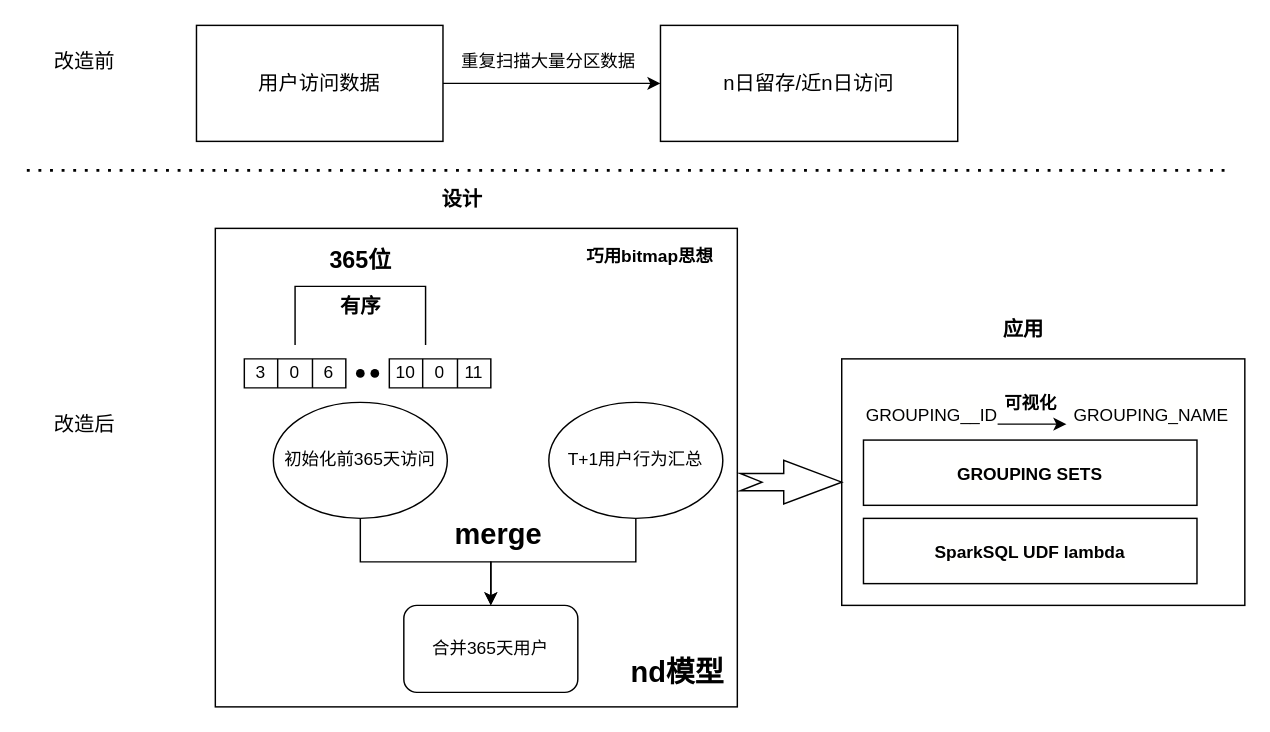
Above: nd模型原理图.drawio in mineminemine123/work-wiki (draw.io), before the change. Source tidied: cells renumbered, new cells numbered last; positions are measured from the earlier drawing's top-left corner, leaving out a move shared by most shapes. Both pictures are drawn from the tidied source at 145%, with x=0, y=0 at pixel (26, 25).
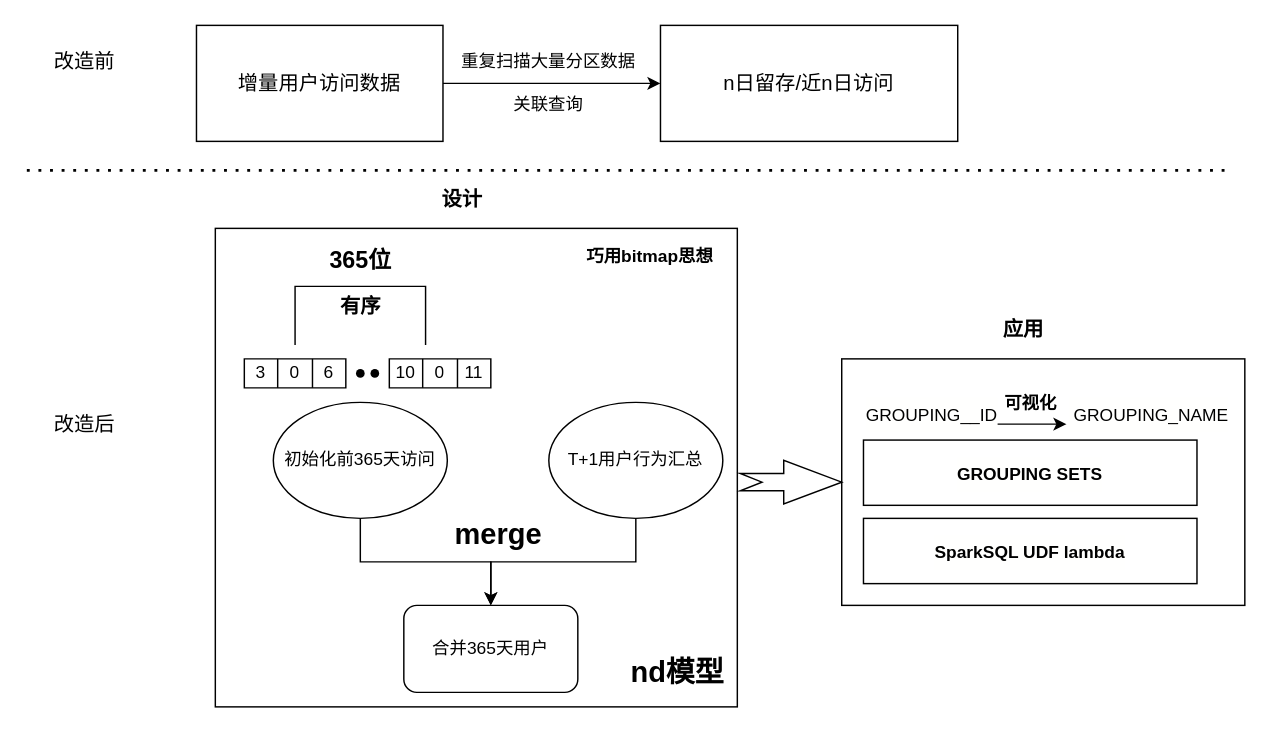
After the change.

Commit message:
更新nd模型原理图.drawio

Change to the diagram source:
```diff
@@
-    <mxCell id="41" value="用户访问数据" style="rounded=0;whiteSpace=wrap;html=1;fontSize=14;fontFamily=微软雅黑;" parent="1" vertex="1">
+    <mxCell id="41" value="增量用户访问数据" style="rounded=0;whiteSpace=wrap;html=1;fontSize=14;fontFamily=微软雅黑;" parent="1" vertex="1">
       <mxGeometry x="117" width="170" height="80" as="geometry" />
     </mxCell>
@@
+    <mxCell id="44" value="关联查询" style="text;html=1;strokeColor=none;fillColor=none;align=center;verticalAlign=middle;whiteSpace=wrap;rounded=0;fontFamily=微软雅黑;" parent="1" vertex="1">
+      <mxGeometry x="290" y="40" width="140" height="30" as="geometry" />
+    </mxCell>
```
